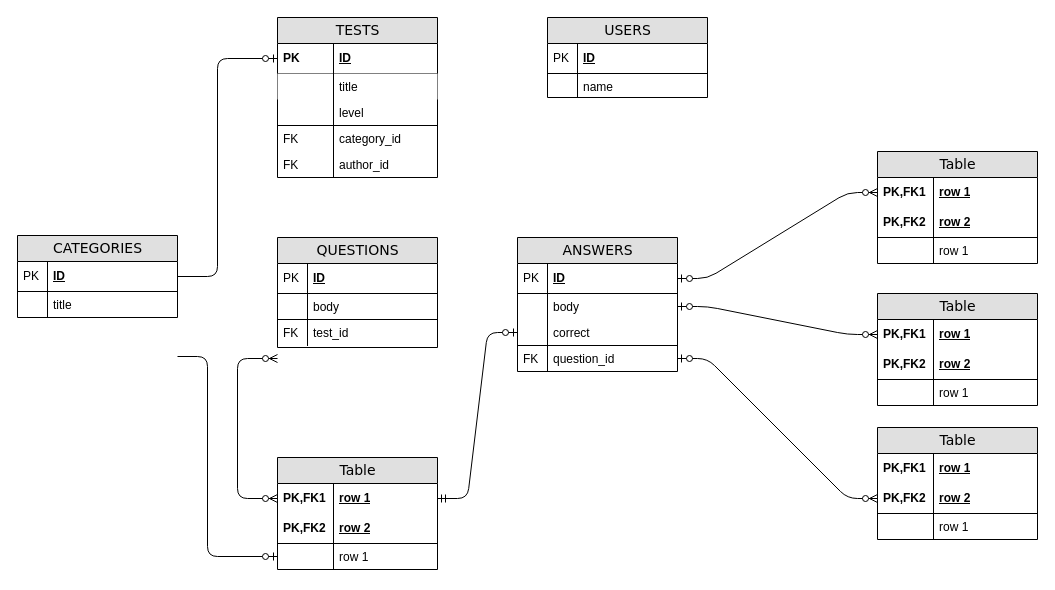
Earlier version of the draw.io diagram public/Untitled Diagram.drawio (skvortsovvg/TestGuru). Source tidied: cells renumbered, new cells numbered last; positions are measured from the earlier drawing's top-left corner, leaving out a move shared by most shapes. Both pictures are drawn from the tidied source at 100%, with x=0, y=0 at pixel (17, 17).
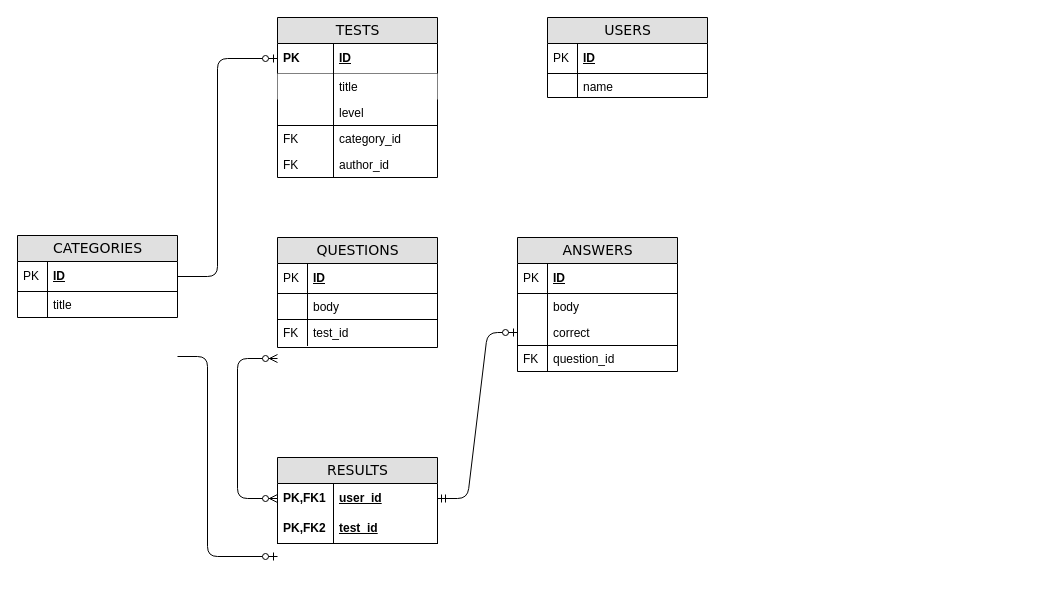
The same diagram, later.

Unchanged cells that the change refers to:
```xml
<mxCell id="26" value="ID" style="shape=partialRectangle;top=0;left=0;right=0;bottom=1;html=1;align=left;verticalAlign=middle;fillColor=none;spacingLeft=34;spacingRight=4;whiteSpace=wrap;overflow=hidden;points=[[0,0.5],[1,0.5]];portConstraint=eastwest;fontStyle=5;" parent="25" vertex="1">
  <mxGeometry y="26" width="160" height="30" as="geometry" />
</mxCell>
<mxCell id="28" value="body" style="shape=partialRectangle;top=0;left=0;right=0;bottom=0;html=1;align=left;verticalAlign=top;fillColor=none;spacingLeft=34;spacingRight=4;whiteSpace=wrap;overflow=hidden;points=[[0,0.5],[1,0.5]];portConstraint=eastwest;" parent="25" vertex="1">
  <mxGeometry y="56" width="160" height="26" as="geometry" />
</mxCell>
<mxCell id="32" value="question_id" style="shape=partialRectangle;top=1;left=0;right=0;bottom=0;html=1;align=left;verticalAlign=top;fillColor=none;spacingLeft=34;spacingRight=4;whiteSpace=wrap;overflow=hidden;points=[[0,0.5],[1,0.5]];portConstraint=eastwest;" parent="25" vertex="1">
  <mxGeometry y="108" width="160" height="26" as="geometry" />
</mxCell>
```

Change to the diagram source:
```diff
@@
-    <mxCell id="34" value="Table" style="swimlane;html=1;fontStyle=0;horizontal=1;startSize=26;fillColor=#e0e0e0;swimlaneFillColor=#ffffff;align=center;rounded=0;shadow=0;comic=0;labelBackgroundColor=none;strokeWidth=1;fontFamily=Verdana;fontSize=14;" parent="1" vertex="1">
-      <mxGeometry x="860" y="134" width="160" height="112" as="geometry" />
-    </mxCell>
-    <mxCell id="35" value="row 1" style="shape=partialRectangle;top=0;left=0;right=0;bottom=0;html=1;align=left;verticalAlign=middle;fillColor=none;spacingLeft=60;spacingRight=4;whiteSpace=wrap;overflow=hidden;points=[[0,0.5],[1,0.5]];portConstraint=eastwest;fontStyle=5;" parent="34" vertex="1">
-      <mxGeometry y="26" width="160" height="30" as="geometry" />
-    </mxCell>
-    <mxCell id="36" value="PK,FK1" style="shape=partialRectangle;fontStyle=1;top=0;left=0;bottom=0;html=1;fillColor=none;align=left;verticalAlign=middle;spacingLeft=4;spacingRight=4;whiteSpace=wrap;overflow=hidden;" parent="35" vertex="1">
-      <mxGeometry width="56" height="30" as="geometry" />
-    </mxCell>
-    <mxCell id="37" value="row 2" style="shape=partialRectangle;top=0;left=0;right=0;bottom=1;html=1;align=left;verticalAlign=middle;fillColor=none;spacingLeft=60;spacingRight=4;whiteSpace=wrap;overflow=hidden;fontStyle=5;" parent="34" vertex="1">
-      <mxGeometry y="56" width="160" height="30" as="geometry" />
-    </mxCell>
-    <mxCell id="38" value="PK,FK2" style="shape=partialRectangle;fontStyle=1;top=0;left=0;bottom=0;html=1;fillColor=none;align=left;verticalAlign=middle;spacingLeft=4;spacingRight=4;whiteSpace=wrap;overflow=hidden;" parent="37" vertex="1">
-      <mxGeometry width="56" height="30" as="geometry" />
-    </mxCell>
-    <mxCell id="39" value="row 1" style="shape=partialRectangle;top=0;left=0;right=0;bottom=0;html=1;align=left;verticalAlign=top;fillColor=none;spacingLeft=60;spacingRight=4;whiteSpace=wrap;overflow=hidden;" parent="34" vertex="1">
-      <mxGeometry y="86" width="160" height="26" as="geometry" />
-    </mxCell>
-    <mxCell id="40" style="shape=partialRectangle;top=0;left=0;bottom=0;html=1;fillColor=none;align=left;verticalAlign=top;spacingLeft=4;spacingRight=4;whiteSpace=wrap;overflow=hidden;" parent="39" vertex="1">
-      <mxGeometry width="56" height="26" as="geometry" />
-    </mxCell>
-    <mxCell id="41" value="Table" style="swimlane;html=1;fontStyle=0;horizontal=1;startSize=26;fillColor=#e0e0e0;swimlaneFillColor=#ffffff;align=center;rounded=0;shadow=0;comic=0;labelBackgroundColor=none;strokeWidth=1;fontFamily=Verdana;fontSize=14;" parent="1" vertex="1">
-      <mxGeometry x="260" y="440" width="160" height="112" as="geometry" />
+    <mxCell id="41" value="RESULTS" style="swimlane;html=1;fontStyle=0;horizontal=1;startSize=26;fillColor=#e0e0e0;swimlaneFillColor=#ffffff;align=center;rounded=0;shadow=0;comic=0;labelBackgroundColor=none;strokeWidth=1;fontFamily=Verdana;fontSize=14;" parent="1" vertex="1">
+      <mxGeometry x="260" y="440" width="160" height="86" as="geometry" />
     </mxCell>
-    <mxCell id="42" value="row 1" style="shape=partialRectangle;top=0;left=0;right=0;bottom=0;html=1;align=left;verticalAlign=middle;fillColor=none;spacingLeft=60;spacingRight=4;whiteSpace=wrap;overflow=hidden;points=[[0,0.5],[1,0.5]];portConstraint=eastwest;fontStyle=5;" parent="41" vertex="1">
+    <mxCell id="42" value="user_id" style="shape=partialRectangle;top=0;left=0;right=0;bottom=0;html=1;align=left;verticalAlign=middle;fillColor=none;spacingLeft=60;spacingRight=4;whiteSpace=wrap;overflow=hidden;points=[[0,0.5],[1,0.5]];portConstraint=eastwest;fontStyle=5;" parent="41" vertex="1">
       <mxGeometry y="26" width="160" height="30" as="geometry" />
     </mxCell>
@@
-    <mxCell id="44" value="row 2" style="shape=partialRectangle;top=0;left=0;right=0;bottom=1;html=1;align=left;verticalAlign=middle;fillColor=none;spacingLeft=60;spacingRight=4;whiteSpace=wrap;overflow=hidden;fontStyle=5;" parent="41" vertex="1">
+    <mxCell id="44" value="test_id" style="shape=partialRectangle;top=0;left=0;right=0;bottom=1;html=1;align=left;verticalAlign=middle;fillColor=none;spacingLeft=60;spacingRight=4;whiteSpace=wrap;overflow=hidden;fontStyle=5;" parent="41" vertex="1">
       <mxGeometry y="56" width="160" height="30" as="geometry" />
     </mxCell>
@@
-    <mxCell id="46" value="row 1" style="shape=partialRectangle;top=0;left=0;right=0;bottom=0;html=1;align=left;verticalAlign=top;fillColor=none;spacingLeft=60;spacingRight=4;whiteSpace=wrap;overflow=hidden;points=[[0,0.5],[1,0.5]];portConstraint=eastwest;" parent="41" vertex="1">
-      <mxGeometry y="86" width="160" height="26" as="geometry" />
-    </mxCell>
-    <mxCell id="47" style="shape=partialRectangle;top=0;left=0;bottom=0;html=1;fillColor=none;align=left;verticalAlign=top;spacingLeft=4;spacingRight=4;whiteSpace=wrap;overflow=hidden;" parent="46" vertex="1">
-      <mxGeometry width="56" height="26" as="geometry" />
-    </mxCell>
@@
-    <mxCell id="50" style="edgeStyle=entityRelationEdgeStyle;html=1;endArrow=ERzeroToMany;startArrow=ERzeroToOne;labelBackgroundColor=none;fontFamily=Verdana;fontSize=14;entryX=0;entryY=0.5;exitX=1;exitY=0.5;" parent="1" edge="1" source="26" target="35">
-      <mxGeometry relative="1" as="geometry" />
-    </mxCell>
-    <mxCell id="51" value="Table" style="swimlane;html=1;fontStyle=0;horizontal=1;startSize=26;fillColor=#e0e0e0;swimlaneFillColor=#ffffff;align=center;rounded=0;shadow=0;comic=0;labelBackgroundColor=none;strokeWidth=1;fontFamily=Verdana;fontSize=14;" parent="1" vertex="1">
-      <mxGeometry x="860" y="276" width="160" height="112" as="geometry" />
-    </mxCell>
-    <mxCell id="52" value="row 1" style="shape=partialRectangle;top=0;left=0;right=0;bottom=0;html=1;align=left;verticalAlign=middle;fillColor=none;spacingLeft=60;spacingRight=4;whiteSpace=wrap;overflow=hidden;points=[[0,0.5],[1,0.5]];portConstraint=eastwest;fontStyle=5;" parent="51" vertex="1">
-      <mxGeometry y="26" width="160" height="30" as="geometry" />
-    </mxCell>
-    <mxCell id="53" value="PK,FK1" style="shape=partialRectangle;fontStyle=1;top=0;left=0;bottom=0;html=1;fillColor=none;align=left;verticalAlign=middle;spacingLeft=4;spacingRight=4;whiteSpace=wrap;overflow=hidden;" parent="52" vertex="1">
-      <mxGeometry width="56" height="30" as="geometry" />
-    </mxCell>
-    <mxCell id="54" value="row 2" style="shape=partialRectangle;top=0;left=0;right=0;bottom=1;html=1;align=left;verticalAlign=middle;fillColor=none;spacingLeft=60;spacingRight=4;whiteSpace=wrap;overflow=hidden;fontStyle=5;" parent="51" vertex="1">
-      <mxGeometry y="56" width="160" height="30" as="geometry" />
-    </mxCell>
-    <mxCell id="55" value="PK,FK2" style="shape=partialRectangle;fontStyle=1;top=0;left=0;bottom=0;html=1;fillColor=none;align=left;verticalAlign=middle;spacingLeft=4;spacingRight=4;whiteSpace=wrap;overflow=hidden;" parent="54" vertex="1">
-      <mxGeometry width="56" height="30" as="geometry" />
-    </mxCell>
-    <mxCell id="56" value="row 1" style="shape=partialRectangle;top=0;left=0;right=0;bottom=0;html=1;align=left;verticalAlign=top;fillColor=none;spacingLeft=60;spacingRight=4;whiteSpace=wrap;overflow=hidden;" parent="51" vertex="1">
-      <mxGeometry y="86" width="160" height="26" as="geometry" />
-    </mxCell>
-    <mxCell id="57" style="shape=partialRectangle;top=0;left=0;bottom=0;html=1;fillColor=none;align=left;verticalAlign=top;spacingLeft=4;spacingRight=4;whiteSpace=wrap;overflow=hidden;" parent="56" vertex="1">
-      <mxGeometry width="56" height="26" as="geometry" />
-    </mxCell>
-    <mxCell id="58" value="Table" style="swimlane;html=1;fontStyle=0;horizontal=1;startSize=26;fillColor=#e0e0e0;swimlaneFillColor=#ffffff;align=center;rounded=0;shadow=0;comic=0;labelBackgroundColor=none;strokeWidth=1;fontFamily=Verdana;fontSize=14;" parent="1" vertex="1">
-      <mxGeometry x="860" y="410" width="160" height="112" as="geometry" />
-    </mxCell>
-    <mxCell id="59" value="row 1" style="shape=partialRectangle;top=0;left=0;right=0;bottom=0;html=1;align=left;verticalAlign=middle;fillColor=none;spacingLeft=60;spacingRight=4;whiteSpace=wrap;overflow=hidden;fontStyle=5;" parent="58" vertex="1">
-      <mxGeometry y="26" width="160" height="30" as="geometry" />
-    </mxCell>
-    <mxCell id="60" value="PK,FK1" style="shape=partialRectangle;fontStyle=1;top=0;left=0;bottom=0;html=1;fillColor=none;align=left;verticalAlign=middle;spacingLeft=4;spacingRight=4;whiteSpace=wrap;overflow=hidden;" parent="59" vertex="1">
-      <mxGeometry width="56" height="30" as="geometry" />
-    </mxCell>
-    <mxCell id="61" value="row 2" style="shape=partialRectangle;top=0;left=0;right=0;bottom=1;html=1;align=left;verticalAlign=middle;fillColor=none;spacingLeft=60;spacingRight=4;whiteSpace=wrap;overflow=hidden;points=[[0,0.5],[1,0.5]];portConstraint=eastwest;fontStyle=5;" parent="58" vertex="1">
-      <mxGeometry y="56" width="160" height="30" as="geometry" />
-    </mxCell>
-    <mxCell id="62" value="PK,FK2" style="shape=partialRectangle;fontStyle=1;top=0;left=0;bottom=0;html=1;fillColor=none;align=left;verticalAlign=middle;spacingLeft=4;spacingRight=4;whiteSpace=wrap;overflow=hidden;" parent="61" vertex="1">
-      <mxGeometry width="56" height="30" as="geometry" />
-    </mxCell>
-    <mxCell id="63" value="row 1" style="shape=partialRectangle;top=0;left=0;right=0;bottom=0;html=1;align=left;verticalAlign=top;fillColor=none;spacingLeft=60;spacingRight=4;whiteSpace=wrap;overflow=hidden;" parent="58" vertex="1">
-      <mxGeometry y="86" width="160" height="26" as="geometry" />
-    </mxCell>
-    <mxCell id="64" style="shape=partialRectangle;top=0;left=0;bottom=0;html=1;fillColor=none;align=left;verticalAlign=top;spacingLeft=4;spacingRight=4;whiteSpace=wrap;overflow=hidden;" parent="63" vertex="1">
-      <mxGeometry width="56" height="26" as="geometry" />
-    </mxCell>
-    <mxCell id="65" style="edgeStyle=entityRelationEdgeStyle;html=1;endArrow=ERzeroToMany;startArrow=ERzeroToOne;labelBackgroundColor=none;fontFamily=Verdana;fontSize=14;entryX=0;entryY=0.5;exitX=1;exitY=0.5;" parent="1" edge="1" source="28" target="52">
-      <mxGeometry relative="1" as="geometry" />
-    </mxCell>
-    <mxCell id="66" style="edgeStyle=entityRelationEdgeStyle;html=1;endArrow=ERzeroToMany;startArrow=ERzeroToOne;labelBackgroundColor=none;fontFamily=Verdana;fontSize=14;entryX=0;entryY=0.5;exitX=1;exitY=0.5;" parent="1" edge="1" source="32" target="61">
-      <mxGeometry relative="1" as="geometry" />
-    </mxCell>
@@
-    <mxCell id="73" style="edgeStyle=orthogonalEdgeStyle;html=1;endArrow=ERzeroToOne;endFill=1;labelBackgroundColor=none;fontFamily=Verdana;fontSize=14;entryX=0;entryY=0.5;exitX=1;exitY=0.5;" parent="1" edge="1" target="46">
+    <mxCell id="73" style="edgeStyle=orthogonalEdgeStyle;html=1;endArrow=ERzeroToOne;endFill=1;labelBackgroundColor=none;fontFamily=Verdana;fontSize=14;entryX=0;entryY=0.5;exitX=1;exitY=0.5;" parent="1" edge="1">
       <mxGeometry relative="1" as="geometry">
         <mxPoint x="160" y="339" as="sourcePoint" />
+        <mxPoint x="260" y="539" as="targetPoint" />
         <Array as="points">
           <mxPoint x="190" y="339" />
           <mxPoint x="190" y="539" />
         </Array>
       </mxGeometry>
     </mxCell>
```
